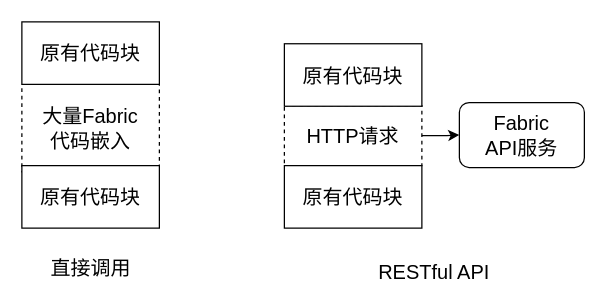
Above: page "4.9" (9 of 10) of graduation/第四章.drawio in guanpengchn/draw.io (draw.io), before the change. Source tidied: cells renumbered, new cells numbered last; positions are measured from the earlier drawing's top-left corner, leaving out a move shared by most shapes. Both pictures are drawn from the tidied source at 125%, with x=0, y=0 at pixel (21, 21).
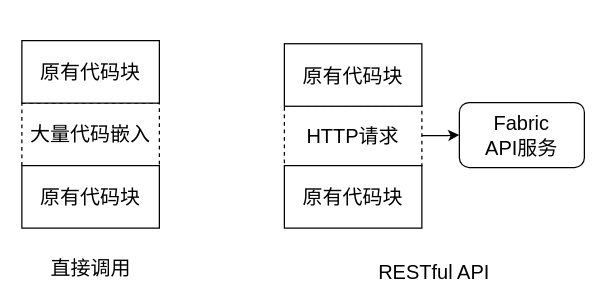
The same diagram, later.

What changed in the source:
```diff
@@
 <mxGraphModel>
   <root>
     <mxCell id="0" />
     <mxCell id="1" parent="0" />
     <mxCell id="2" value="HTTP请求" style="rounded=0;whiteSpace=wrap;html=1;shadow=0;glass=0;comic=0;strokeWidth=1;fillColor=#ffffff;fontSize=16;align=center;dashed=1;" parent="1" vertex="1">
       <mxGeometry x="210" y="67" width="110" height="48" as="geometry" />
     </mxCell>
-    <mxCell id="3" value="大量Fabric&lt;br&gt;代码嵌入" style="rounded=0;whiteSpace=wrap;html=1;shadow=0;glass=0;comic=0;strokeWidth=1;fillColor=#ffffff;fontSize=16;align=center;dashed=1;" parent="1" vertex="1">
-      <mxGeometry y="50" width="110" height="70" as="geometry" />
+    <mxCell id="3" value="大量代码嵌入" style="rounded=0;whiteSpace=wrap;html=1;shadow=0;glass=0;comic=0;strokeWidth=1;fillColor=#ffffff;fontSize=16;align=center;dashed=1;" parent="1" vertex="1">
+      <mxGeometry y="65" width="110" height="50" as="geometry" />
     </mxCell>
     <mxCell id="4" value="原有代码块" style="rounded=0;whiteSpace=wrap;html=1;shadow=0;glass=0;comic=0;strokeWidth=1;fillColor=#ffffff;fontSize=16;align=center;" parent="1" vertex="1">
-      <mxGeometry width="110" height="50" as="geometry" />
+      <mxGeometry y="15" width="110" height="50" as="geometry" />
     </mxCell>
     <mxCell id="5" value="原有代码块" style="rounded=0;whiteSpace=wrap;html=1;shadow=0;glass=0;comic=0;strokeWidth=1;fillColor=#ffffff;fontSize=16;align=center;" parent="1" vertex="1">
       <mxGeometry y="115" width="110" height="50" as="geometry" />
     </mxCell>
     <mxCell id="6" value="直接调用" style="text;html=1;strokeColor=none;fillColor=none;align=center;verticalAlign=middle;whiteSpace=wrap;rounded=0;shadow=0;glass=0;dashed=1;comic=0;fontSize=16;" parent="1" vertex="1">
       <mxGeometry x="17.5" y="187" width="75" height="20" as="geometry" />
     </mxCell>
     <mxCell id="7" value="RESTful API" style="text;html=1;strokeColor=none;fillColor=none;align=center;verticalAlign=middle;whiteSpace=wrap;rounded=0;shadow=0;glass=0;dashed=1;comic=0;fontSize=16;" parent="1" vertex="1">
       <mxGeometry x="280" y="190" width="100" height="20" as="geometry" />
     </mxCell>
     <mxCell id="8" style="edgeStyle=orthogonalEdgeStyle;rounded=0;jettySize=auto;html=1;entryX=0;entryY=0.5;entryDx=0;entryDy=0;startArrow=none;startFill=0;endArrow=classic;endFill=1;fontSize=16;" parent="1" edge="1" source="2" target="11">
       <mxGeometry relative="1" as="geometry" />
     </mxCell>
     <mxCell id="9" value="原有代码块" style="rounded=0;whiteSpace=wrap;html=1;shadow=0;glass=0;comic=0;strokeWidth=1;fillColor=#ffffff;fontSize=16;align=center;" parent="1" vertex="1">
       <mxGeometry x="210" y="17.5" width="110" height="50" as="geometry" />
     </mxCell>
     <mxCell id="10" value="原有代码块" style="rounded=0;whiteSpace=wrap;html=1;shadow=0;glass=0;comic=0;strokeWidth=1;fillColor=#ffffff;fontSize=16;align=center;" parent="1" vertex="1">
       <mxGeometry x="210" y="115" width="110" height="50" as="geometry" />
     </mxCell>
     <mxCell id="11" value="Fabric&lt;br&gt;API服务" style="rounded=1;whiteSpace=wrap;html=1;shadow=0;glass=0;comic=0;strokeWidth=1;fillColor=#ffffff;fontSize=16;align=center;" parent="1" vertex="1">
       <mxGeometry x="350" y="64.5" width="100" height="52" as="geometry" />
     </mxCell>
   </root>
 </mxGraphModel>
```
